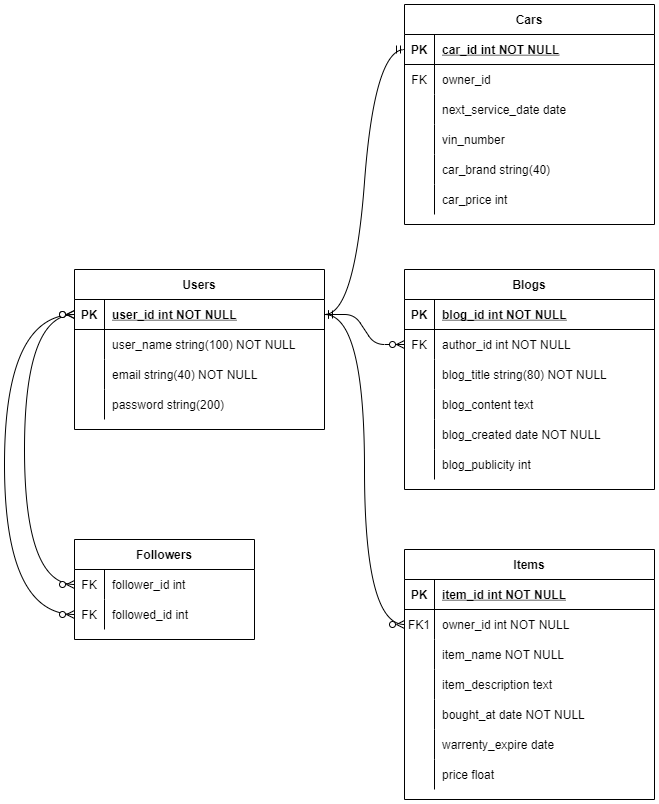
This is docs/personalBlog_ERD.png from Jazz0006/personalBlog, a draw.io export, as it was before one commit. Source tidied: cells renumbered, new cells last; positions are measured from the earlier drawing's top-left corner, leaving out a move shared by most shapes.
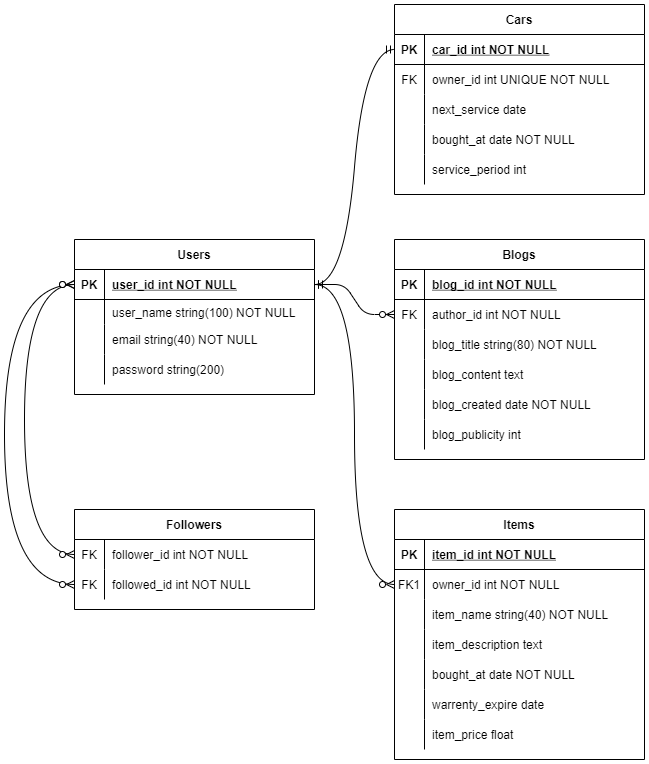
After the commit.

The edit, as a diff of the source:
```diff
@@ -6,7 +6,7 @@
       <mxGeometry relative="1" as="geometry" />
     </mxCell>
     <mxCell id="3" value="Blogs" style="shape=table;startSize=30;rowLines=0;fontStyle=1;align=center;" parent="1" vertex="1">
-      <mxGeometry x="400" y="265" width="250" height="220" as="geometry" />
+      <mxGeometry x="390" y="265" width="250" height="220" as="geometry" />
     </mxCell>
     <mxCell id="4" style="shape=partialRectangle;fillColor=none;top=0;left=0;right=0;bottom=1;" parent="3" vertex="1">
       <mxGeometry y="30" width="250" height="30" as="geometry" />
@@ -63,7 +63,7 @@
       <mxGeometry x="30" width="220" height="30" as="geometry" />
     </mxCell>
     <mxCell id="22" value="Items" style="shape=table;startSize=30;rowLines=0;fontStyle=1;align=center;" parent="1" vertex="1">
-      <mxGeometry x="400" y="545" width="250" height="250" as="geometry" />
+      <mxGeometry x="390" y="535" width="250" height="250" as="geometry" />
     </mxCell>
     <mxCell id="23" style="shape=partialRectangle;fillColor=none;top=0;left=0;right=0;bottom=1;" parent="22" vertex="1">
       <mxGeometry y="30" width="250" height="30" as="geometry" />
@@ -89,7 +89,7 @@
     <mxCell id="30" style="shape=partialRectangle;fillColor=none;top=0;left=0;bottom=0;right=0;overflow=hidden;" parent="29" vertex="1">
       <mxGeometry width="30" height="30" as="geometry" />
     </mxCell>
-    <mxCell id="31" value="item_name NOT NULL" style="shape=partialRectangle;fillColor=none;top=0;left=0;bottom=0;right=0;align=left;spacingLeft=6;overflow=hidden;" parent="29" vertex="1">
+    <mxCell id="31" value="item_name string(40) NOT NULL" style="shape=partialRectangle;fillColor=none;top=0;left=0;bottom=0;right=0;align=left;spacingLeft=6;overflow=hidden;" parent="29" vertex="1">
       <mxGeometry x="30" width="220" height="30" as="geometry" />
     </mxCell>
     <mxCell id="32" style="shape=partialRectangle;fillColor=none;top=0;left=0;bottom=0;right=0;" parent="22" vertex="1">
@@ -125,68 +125,68 @@
     <mxCell id="42" style="shape=partialRectangle;fillColor=none;top=0;left=0;bottom=0;right=0;overflow=hidden;" parent="41" vertex="1">
       <mxGeometry width="30" height="30" as="geometry" />
     </mxCell>
-    <mxCell id="43" value="price float" style="shape=partialRectangle;fillColor=none;top=0;left=0;bottom=0;right=0;align=left;spacingLeft=6;overflow=hidden;" parent="41" vertex="1">
+    <mxCell id="43" value="item_price float" style="shape=partialRectangle;fillColor=none;top=0;left=0;bottom=0;right=0;align=left;spacingLeft=6;overflow=hidden;" parent="41" vertex="1">
       <mxGeometry x="30" width="220" height="30" as="geometry" />
     </mxCell>
     <mxCell id="44" value="Users" style="shape=table;startSize=30;rowLines=0;fontStyle=1;align=center;" parent="1" vertex="1">
-      <mxGeometry x="70" y="265" width="250" height="160" as="geometry" />
+      <mxGeometry x="70" y="265" width="240" height="155" as="geometry" />
     </mxCell>
     <mxCell id="45" style="shape=partialRectangle;fillColor=none;points=[[0,0.5],[1,0.5]];portConstraint=eastwest;top=0;left=0;right=0;bottom=1;" parent="44" vertex="1">
-      <mxGeometry y="30" width="250" height="30" as="geometry" />
+      <mxGeometry y="30" width="240" height="30" as="geometry" />
     </mxCell>
     <mxCell id="46" value="PK" style="shape=partialRectangle;overflow=hidden;fillColor=none;top=0;left=0;bottom=0;right=0;fontStyle=1;" parent="45" vertex="1">
       <mxGeometry width="30" height="30" as="geometry" />
     </mxCell>
     <mxCell id="47" value="user_id int NOT NULL " style="shape=partialRectangle;overflow=hidden;fillColor=none;top=0;left=0;bottom=0;right=0;align=left;spacingLeft=6;fontStyle=5;" parent="45" vertex="1">
-      <mxGeometry x="30" width="220" height="30" as="geometry" />
+      <mxGeometry x="30" width="210" height="30" as="geometry" />
     </mxCell>
     <mxCell id="48" style="shape=partialRectangle;fillColor=none;top=0;left=0;right=0;bottom=0;" parent="44" vertex="1">
-      <mxGeometry y="60" width="250" height="30" as="geometry" />
+      <mxGeometry y="60" width="240" height="25" as="geometry" />
     </mxCell>
     <mxCell id="49" style="shape=partialRectangle;overflow=hidden;fillColor=none;top=0;left=0;bottom=0;right=0;" parent="48" vertex="1">
-      <mxGeometry width="30" height="30" as="geometry" />
+      <mxGeometry width="30" height="25" as="geometry" />
     </mxCell>
     <mxCell id="50" value="user_name string(100) NOT NULL" style="shape=partialRectangle;overflow=hidden;fillColor=none;top=0;left=0;bottom=0;right=0;align=left;spacingLeft=6;" parent="48" vertex="1">
-      <mxGeometry x="30" width="220" height="30" as="geometry" />
+      <mxGeometry x="30" width="210" height="25" as="geometry" />
     </mxCell>
     <mxCell id="51" style="shape=partialRectangle;fillColor=none;top=0;left=0;bottom=0;right=0;" parent="44" vertex="1">
-      <mxGeometry y="90" width="250" height="30" as="geometry" />
+      <mxGeometry y="85" width="240" height="30" as="geometry" />
     </mxCell>
     <mxCell id="52" style="shape=partialRectangle;fillColor=none;top=0;left=0;bottom=0;right=0;overflow=hidden;" parent="51" vertex="1">
       <mxGeometry width="30" height="30" as="geometry" />
     </mxCell>
     <mxCell id="53" value="email string(40) NOT NULL" style="shape=partialRectangle;fillColor=none;top=0;left=0;bottom=0;right=0;align=left;spacingLeft=6;overflow=hidden;" parent="51" vertex="1">
-      <mxGeometry x="30" width="220" height="30" as="geometry" />
+      <mxGeometry x="30" width="210" height="30" as="geometry" />
     </mxCell>
     <mxCell id="54" style="shape=partialRectangle;fillColor=none;top=0;left=0;bottom=0;right=0;" parent="44" vertex="1">
-      <mxGeometry y="120" width="250" height="30" as="geometry" />
+      <mxGeometry y="115" width="240" height="30" as="geometry" />
     </mxCell>
     <mxCell id="55" style="shape=partialRectangle;fillColor=none;top=0;left=0;bottom=0;right=0;overflow=hidden;" parent="54" vertex="1">
       <mxGeometry width="30" height="30" as="geometry" />
     </mxCell>
     <mxCell id="56" value="password string(200)" style="shape=partialRectangle;fillColor=none;top=0;left=0;bottom=0;right=0;align=left;spacingLeft=6;overflow=hidden;" parent="54" vertex="1">
-      <mxGeometry x="30" width="220" height="30" as="geometry" />
+      <mxGeometry x="30" width="210" height="30" as="geometry" />
     </mxCell>
     <mxCell id="57" value="Followers" style="shape=table;startSize=30;rowLines=0;fontStyle=1;align=center;" parent="1" vertex="1">
-      <mxGeometry x="70" y="535" width="180" height="100" as="geometry" />
+      <mxGeometry x="70" y="535" width="240" height="100" as="geometry" />
     </mxCell>
     <mxCell id="58" style="shape=partialRectangle;fillColor=none;top=0;left=0;bottom=0;right=0;points=[[0,0.5],[1,0.5]];portConstraint=eastwest;" parent="57" vertex="1">
-      <mxGeometry y="30" width="180" height="30" as="geometry" />
+      <mxGeometry y="30" width="240" height="30" as="geometry" />
     </mxCell>
     <mxCell id="59" value="FK" style="shape=partialRectangle;fillColor=none;top=0;left=0;bottom=0;right=0;overflow=hidden;" parent="58" vertex="1">
       <mxGeometry width="30" height="30" as="geometry" />
     </mxCell>
-    <mxCell id="60" value="follower_id int" style="shape=partialRectangle;fillColor=none;top=0;left=0;bottom=0;right=0;align=left;spacingLeft=6;overflow=hidden;" parent="58" vertex="1">
-      <mxGeometry x="30" width="150" height="30" as="geometry" />
+    <mxCell id="60" value="follower_id int NOT NULL" style="shape=partialRectangle;fillColor=none;top=0;left=0;bottom=0;right=0;align=left;spacingLeft=6;overflow=hidden;" parent="58" vertex="1">
+      <mxGeometry x="30" width="210" height="30" as="geometry" />
     </mxCell>
     <mxCell id="61" style="shape=partialRectangle;fillColor=none;top=0;left=0;bottom=0;right=0;points=[[0,0.5],[1,0.5]];portConstraint=eastwest;" parent="57" vertex="1">
-      <mxGeometry y="60" width="180" height="30" as="geometry" />
+      <mxGeometry y="60" width="240" height="30" as="geometry" />
     </mxCell>
     <mxCell id="62" value="FK" style="shape=partialRectangle;fillColor=none;top=0;left=0;bottom=0;right=0;fontStyle=0;overflow=hidden;" parent="61" vertex="1">
       <mxGeometry width="30" height="30" as="geometry" />
     </mxCell>
-    <mxCell id="63" value="followed_id int" style="shape=partialRectangle;fillColor=none;top=0;left=0;bottom=0;right=0;align=left;spacingLeft=6;fontStyle=0;overflow=hidden;" parent="61" vertex="1">
-      <mxGeometry x="30" width="150" height="30" as="geometry" />
+    <mxCell id="63" value="followed_id int NOT NULL" style="shape=partialRectangle;fillColor=none;top=0;left=0;bottom=0;right=0;align=left;spacingLeft=6;fontStyle=0;overflow=hidden;" parent="61" vertex="1">
+      <mxGeometry x="30" width="210" height="30" as="geometry" />
     </mxCell>
     <mxCell id="64" style="edgeStyle=orthogonalEdgeStyle;fontSize=12;html=1;endArrow=ERzeroToMany;endFill=1;startArrow=ERzeroToMany;rounded=0;exitX=0;exitY=0.5;exitDx=0;exitDy=0;entryX=0;entryY=0.5;entryDx=0;entryDy=0;elbow=vertical;curved=1;" parent="1" edge="1" source="45" target="58">
       <mxGeometry relative="1" as="geometry">
@@ -208,7 +208,7 @@
       <mxGeometry relative="1" as="geometry" />
     </mxCell>
     <mxCell id="67" value="Cars" style="shape=table;startSize=30;rowLines=0;fontStyle=1;align=center;" parent="1" vertex="1">
-      <mxGeometry x="400" width="250" height="220" as="geometry" />
+      <mxGeometry x="390" y="30" width="250" height="190" as="geometry" />
     </mxCell>
     <mxCell id="68" style="shape=partialRectangle;fillColor=none;top=0;left=0;bottom=1;right=0;points=[[0,0.5],[1,0.5]];portConstraint=eastwest;" parent="67" vertex="1">
       <mxGeometry y="30" width="250" height="30" as="geometry" />
@@ -225,7 +225,7 @@
     <mxCell id="72" value="FK" style="shape=partialRectangle;fillColor=none;top=0;left=0;bottom=0;right=0;overflow=hidden;" parent="71" vertex="1">
       <mxGeometry width="30" height="30" as="geometry" />
     </mxCell>
-    <mxCell id="73" value="owner_id" style="shape=partialRectangle;fillColor=none;top=0;left=0;bottom=0;right=0;align=left;spacingLeft=6;overflow=hidden;" parent="71" vertex="1">
+    <mxCell id="73" value="owner_id int UNIQUE NOT NULL" style="shape=partialRectangle;fillColor=none;top=0;left=0;bottom=0;right=0;align=left;spacingLeft=6;overflow=hidden;" parent="71" vertex="1">
       <mxGeometry x="30" width="220" height="30" as="geometry" />
     </mxCell>
     <mxCell id="74" style="shape=partialRectangle;fillColor=none;top=0;left=0;bottom=0;right=0;" parent="67" vertex="1">
@@ -234,7 +234,7 @@
     <mxCell id="75" style="shape=partialRectangle;fillColor=none;top=0;left=0;bottom=0;right=0;overflow=hidden;" parent="74" vertex="1">
       <mxGeometry width="30" height="30" as="geometry" />
     </mxCell>
-    <mxCell id="76" value="next_service_date date" style="shape=partialRectangle;fillColor=none;top=0;left=0;bottom=0;right=0;align=left;spacingLeft=6;overflow=hidden;" parent="74" vertex="1">
+    <mxCell id="76" value="next_service date" style="shape=partialRectangle;fillColor=none;top=0;left=0;bottom=0;right=0;align=left;spacingLeft=6;overflow=hidden;" parent="74" vertex="1">
       <mxGeometry x="30" width="220" height="30" as="geometry" />
     </mxCell>
     <mxCell id="77" style="shape=partialRectangle;fillColor=none;top=0;left=0;bottom=0;right=0;" parent="67" vertex="1">
@@ -243,7 +243,7 @@
     <mxCell id="78" style="shape=partialRectangle;fillColor=none;top=0;left=0;bottom=0;right=0;overflow=hidden;" parent="77" vertex="1">
       <mxGeometry width="30" height="30" as="geometry" />
     </mxCell>
-    <mxCell id="79" value="vin_number" style="shape=partialRectangle;fillColor=none;top=0;left=0;bottom=0;right=0;align=left;spacingLeft=6;overflow=hidden;" parent="77" vertex="1">
+    <mxCell id="79" value="bought_at date NOT NULL" style="shape=partialRectangle;fillColor=none;top=0;left=0;bottom=0;right=0;align=left;spacingLeft=6;overflow=hidden;" parent="77" vertex="1">
       <mxGeometry x="30" width="220" height="30" as="geometry" />
     </mxCell>
     <mxCell id="80" style="shape=partialRectangle;fillColor=none;top=0;left=0;bottom=0;right=0;" parent="67" vertex="1">
@@ -252,18 +252,9 @@
     <mxCell id="81" style="shape=partialRectangle;fillColor=none;top=0;left=0;bottom=0;right=0;overflow=hidden;" parent="80" vertex="1">
       <mxGeometry width="30" height="30" as="geometry" />
     </mxCell>
-    <mxCell id="82" value="car_brand string(40)" style="shape=partialRectangle;fillColor=none;top=0;left=0;bottom=0;right=0;align=left;spacingLeft=6;overflow=hidden;" parent="80" vertex="1">
+    <mxCell id="82" value="service_period int" style="shape=partialRectangle;fillColor=none;top=0;left=0;bottom=0;right=0;align=left;spacingLeft=6;overflow=hidden;" parent="80" vertex="1">
       <mxGeometry x="30" width="220" height="30" as="geometry" />
     </mxCell>
-    <mxCell id="83" style="shape=partialRectangle;fillColor=none;top=0;left=0;bottom=0;right=0;" parent="67" vertex="1">
-      <mxGeometry y="180" width="250" height="30" as="geometry" />
-    </mxCell>
-    <mxCell id="84" style="shape=partialRectangle;fillColor=none;top=0;left=0;bottom=0;right=0;overflow=hidden;" parent="83" vertex="1">
-      <mxGeometry width="30" height="30" as="geometry" />
-    </mxCell>
-    <mxCell id="85" value="car_price int" style="shape=partialRectangle;fillColor=none;top=0;left=0;bottom=0;right=0;align=left;spacingLeft=6;overflow=hidden;" parent="83" vertex="1">
-      <mxGeometry x="30" width="220" height="30" as="geometry" />
-    </mxCell>
     <mxCell id="86" style="edgeStyle=entityRelationEdgeStyle;fontSize=12;html=1;endArrow=ERmandOne;startArrow=ERmandOne;rounded=0;curved=1;elbow=vertical;exitX=1;exitY=0.5;exitDx=0;exitDy=0;entryX=0;entryY=0.5;entryDx=0;entryDy=0;" parent="1" edge="1" source="45" target="68">
       <mxGeometry relative="1" as="geometry" />
     </mxCell>
```
